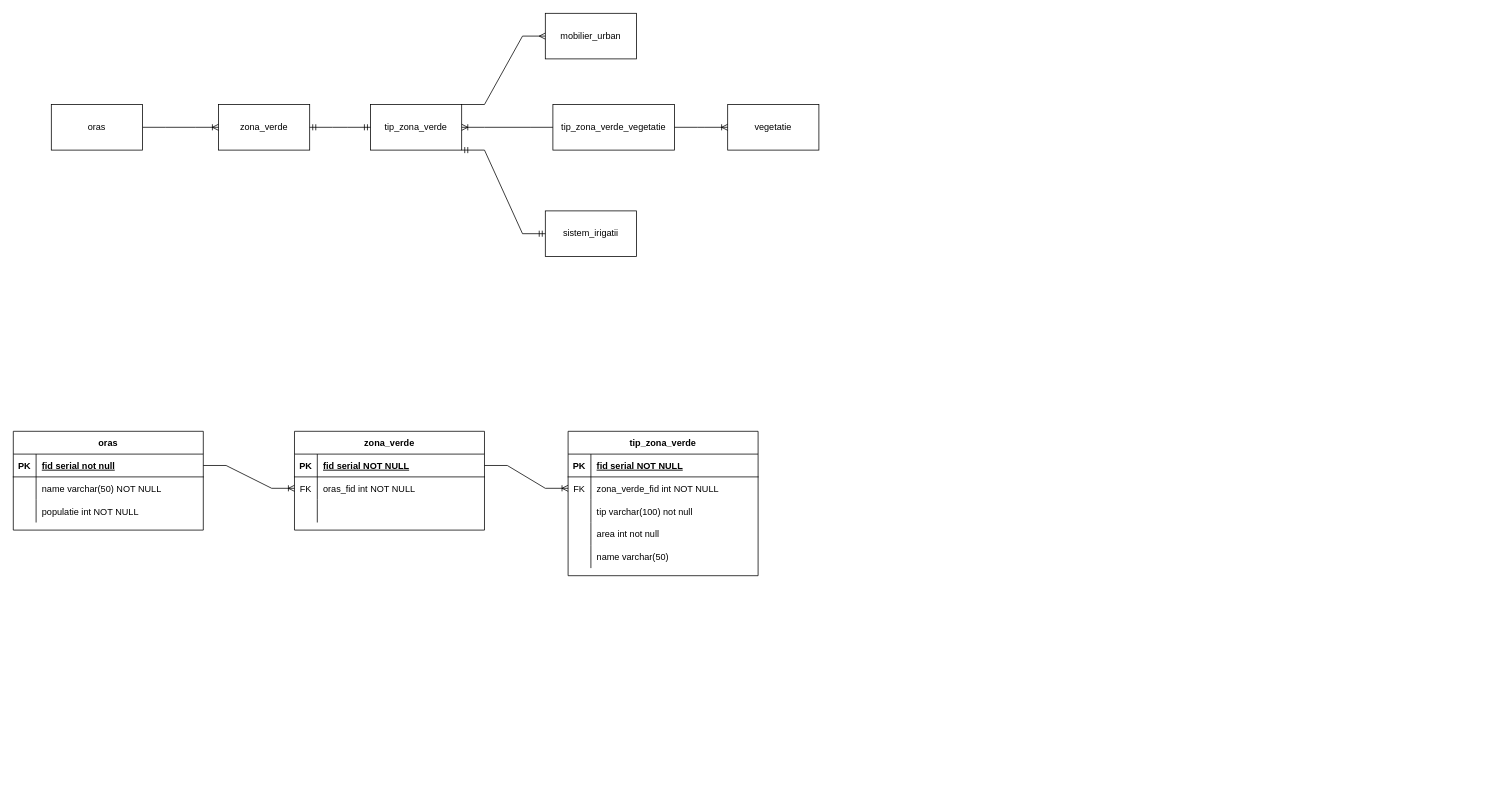
Before: GIS_Spatii_Verzi.drawio in vitorjurj/GIS_Spatii_Verzi, a draw.io diagram. Source tidied: cells renumbered, new cells numbered last; positions are measured from the earlier drawing's top-left corner, leaving out a move shared by most shapes. Both pictures are drawn from the tidied source at 76%, with x=0, y=0 at pixel (13, 13).
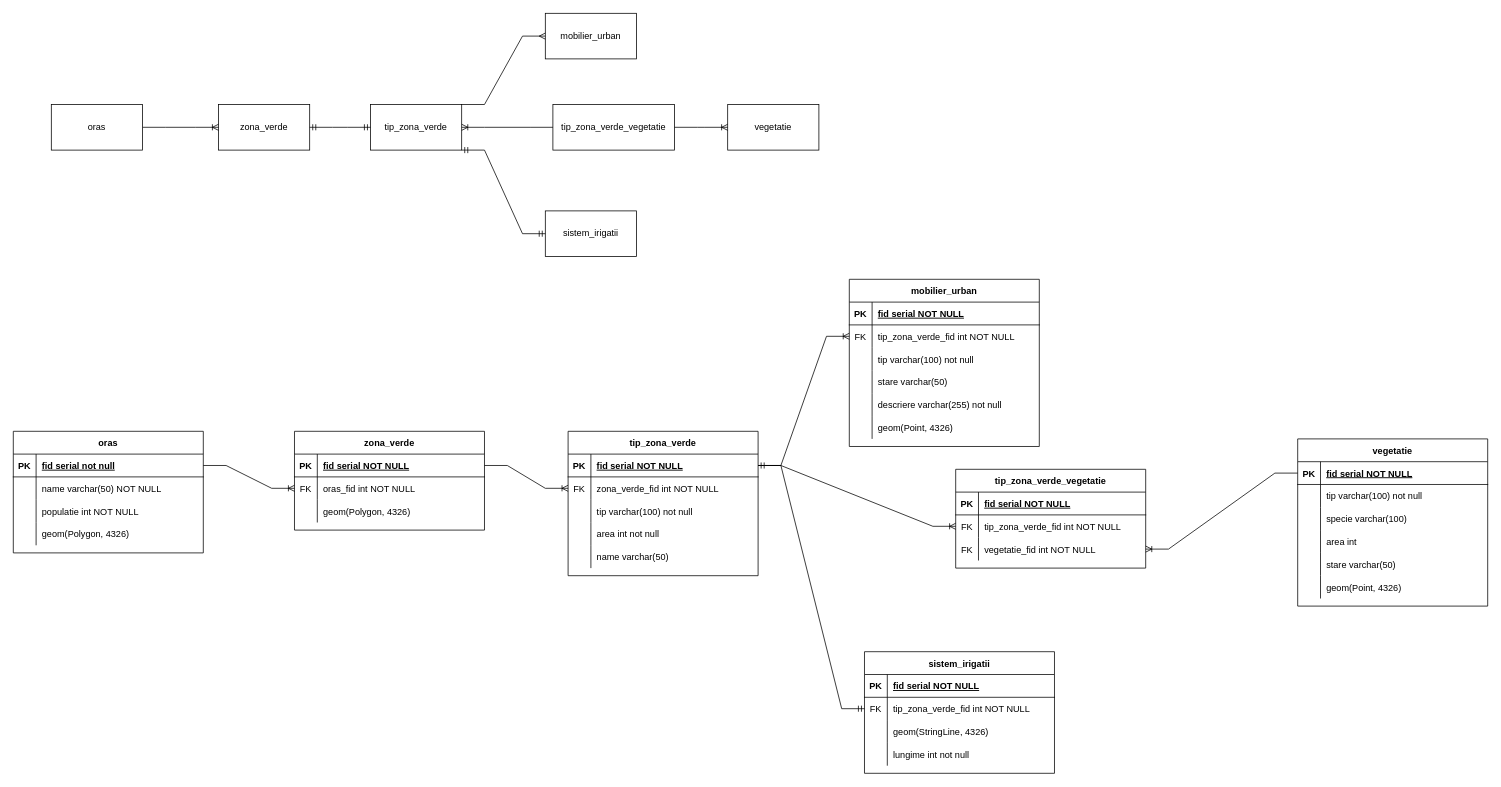
Above is the later version.

Unchanged cells that the change refers to:
```xml
<mxCell id="9" style="shape=partialRectangle;fillColor=none;top=0;left=0;right=0;bottom=0;" parent="2" vertex="1">
  <mxGeometry y="90" width="250" height="30" as="geometry" />
</mxCell>
<mxCell id="13" style="shape=partialRectangle;fillColor=none;points=[[0,0.5],[1,0.5]];portConstraint=eastwest;top=0;left=0;right=0;bottom=1;" parent="12" vertex="1">
  <mxGeometry y="30" width="250" height="30" as="geometry" />
</mxCell>
```

Diff of the diagram source:
```diff
@@
-    <mxCell id="11" style="shape=partialRectangle;overflow=hidden;fillColor=none;top=0;left=0;bottom=0;right=0;align=left;spacingLeft=6;" parent="9" vertex="1">
+    <mxCell id="11" value="geom(Polygon, 4326)" style="shape=partialRectangle;overflow=hidden;fillColor=none;top=0;left=0;bottom=0;right=0;align=left;spacingLeft=6;" parent="9" vertex="1">
       <mxGeometry x="30" width="220" height="30" as="geometry" />
     </mxCell>
@@
     <mxCell id="28" value="oras" style="shape=table;startSize=30;childLayout=tableLayout;rowLines=0;fontStyle=1;align=center;" parent="1" vertex="1">
-      <mxGeometry y="550" width="250" height="130" as="geometry" />
+      <mxGeometry y="550" width="250" height="160" as="geometry" />
     </mxCell>
@@
+    <mxCell id="53" style="shape=partialRectangle;fillColor=none;top=0;left=0;right=0;bottom=0;" parent="28" vertex="1">
+      <mxGeometry y="120" width="250" height="30" as="geometry" />
+    </mxCell>
+    <mxCell id="54" style="shape=partialRectangle;overflow=hidden;fillColor=none;top=0;left=0;bottom=0;right=0;" parent="53" vertex="1">
+      <mxGeometry width="30" height="30" as="geometry" />
+    </mxCell>
+    <mxCell id="55" value="geom(Polygon, 4326)" style="shape=partialRectangle;overflow=hidden;fillColor=none;top=0;left=0;bottom=0;right=0;align=left;spacingLeft=6;" parent="53" vertex="1">
+      <mxGeometry x="30" width="220" height="30" as="geometry" />
+    </mxCell>
@@
+    <mxCell id="56" value="mobilier_urban" style="shape=table;startSize=30;childLayout=tableLayout;rowLines=0;fontStyle=1;align=center;" parent="1" vertex="1">
+      <mxGeometry x="1100" y="350" width="250" height="220" as="geometry" />
+    </mxCell>
+    <mxCell id="57" style="shape=partialRectangle;fillColor=none;top=0;left=0;right=0;bottom=1;" parent="56" vertex="1">
+      <mxGeometry y="30" width="250" height="30" as="geometry" />
+    </mxCell>
+    <mxCell id="58" value="PK" style="shape=partialRectangle;overflow=hidden;fillColor=none;top=0;left=0;bottom=0;right=0;fontStyle=1;" parent="57" vertex="1">
+      <mxGeometry width="30" height="30" as="geometry" />
+    </mxCell>
+    <mxCell id="59" value="fid serial NOT NULL" style="shape=partialRectangle;overflow=hidden;fillColor=none;top=0;left=0;bottom=0;right=0;align=left;spacingLeft=6;fontStyle=5;" parent="57" vertex="1">
+      <mxGeometry x="30" width="220" height="30" as="geometry" />
+    </mxCell>
+    <mxCell id="60" style="shape=partialRectangle;fillColor=none;points=[[0,0.5],[1,0.5]];portConstraint=eastwest;top=0;left=0;right=0;bottom=0;" parent="56" vertex="1">
+      <mxGeometry y="60" width="250" height="30" as="geometry" />
+    </mxCell>
+    <mxCell id="61" value="FK" style="shape=partialRectangle;overflow=hidden;fillColor=none;top=0;left=0;bottom=0;right=0;" parent="60" vertex="1">
+      <mxGeometry width="30" height="30" as="geometry" />
+    </mxCell>
+    <mxCell id="62" value="tip_zona_verde_fid int NOT NULL" style="shape=partialRectangle;overflow=hidden;fillColor=none;top=0;left=0;bottom=0;right=0;align=left;spacingLeft=6;" parent="60" vertex="1">
+      <mxGeometry x="30" width="220" height="30" as="geometry" />
+    </mxCell>
+    <mxCell id="63" style="shape=partialRectangle;fillColor=none;top=0;left=0;right=0;bottom=0;" parent="56" vertex="1">
+      <mxGeometry y="90" width="250" height="30" as="geometry" />
+    </mxCell>
+    <mxCell id="64" style="shape=partialRectangle;overflow=hidden;fillColor=none;top=0;left=0;bottom=0;right=0;" parent="63" vertex="1">
+      <mxGeometry width="30" height="30" as="geometry" />
+    </mxCell>
+    <mxCell id="65" value="tip varchar(100) not null" style="shape=partialRectangle;overflow=hidden;fillColor=none;top=0;left=0;bottom=0;right=0;align=left;spacingLeft=6;" parent="63" vertex="1">
+      <mxGeometry x="30" width="220" height="30" as="geometry" />
+    </mxCell>
+    <mxCell id="66" style="shape=partialRectangle;fillColor=none;top=0;left=0;right=0;bottom=0;" parent="56" vertex="1">
+      <mxGeometry y="120" width="250" height="30" as="geometry" />
+    </mxCell>
+    <mxCell id="67" style="shape=partialRectangle;overflow=hidden;fillColor=none;top=0;left=0;bottom=0;right=0;" parent="66" vertex="1">
+      <mxGeometry width="30" height="30" as="geometry" />
+    </mxCell>
+    <mxCell id="68" value="stare varchar(50) " style="shape=partialRectangle;overflow=hidden;fillColor=none;top=0;left=0;bottom=0;right=0;align=left;spacingLeft=6;" parent="66" vertex="1">
+      <mxGeometry x="30" width="220" height="30" as="geometry" />
+    </mxCell>
+    <mxCell id="69" style="shape=partialRectangle;fillColor=none;top=0;left=0;right=0;bottom=0;" parent="56" vertex="1">
+      <mxGeometry y="150" width="250" height="30" as="geometry" />
+    </mxCell>
+    <mxCell id="70" style="shape=partialRectangle;overflow=hidden;fillColor=none;top=0;left=0;bottom=0;right=0;" parent="69" vertex="1">
+      <mxGeometry width="30" height="30" as="geometry" />
+    </mxCell>
+    <mxCell id="71" value="descriere varchar(255) not null" style="shape=partialRectangle;overflow=hidden;fillColor=none;top=0;left=0;bottom=0;right=0;align=left;spacingLeft=6;" parent="69" vertex="1">
+      <mxGeometry x="30" width="220" height="30" as="geometry" />
+    </mxCell>
+    <mxCell id="72" style="shape=partialRectangle;fillColor=none;top=0;left=0;right=0;bottom=0;" parent="56" vertex="1">
+      <mxGeometry y="180" width="250" height="30" as="geometry" />
+    </mxCell>
+    <mxCell id="73" style="shape=partialRectangle;overflow=hidden;fillColor=none;top=0;left=0;bottom=0;right=0;" parent="72" vertex="1">
+      <mxGeometry width="30" height="30" as="geometry" />
+    </mxCell>
+    <mxCell id="74" value="geom(Point, 4326)" style="shape=partialRectangle;overflow=hidden;fillColor=none;top=0;left=0;bottom=0;right=0;align=left;spacingLeft=6;" parent="72" vertex="1">
+      <mxGeometry x="30" width="220" height="30" as="geometry" />
+    </mxCell>
+    <mxCell id="75" style="edgeStyle=entityRelationEdgeStyle;fontSize=12;html=1;endArrow=ERoneToMany;rounded=0;entryX=0;entryY=0.5;entryDx=0;entryDy=0;exitX=1;exitY=0.5;exitDx=0;exitDy=0;" parent="1" edge="1" source="13" target="60">
+      <mxGeometry relative="1" as="geometry" />
+    </mxCell>
+    <mxCell id="76" value="sistem_irigatii" style="shape=table;startSize=30;childLayout=tableLayout;rowLines=0;fontStyle=1;align=center;" parent="1" vertex="1">
+      <mxGeometry x="1120" y="840" width="250" height="160" as="geometry" />
+    </mxCell>
+    <mxCell id="77" style="shape=partialRectangle;fillColor=none;top=0;left=0;right=0;bottom=1;" parent="76" vertex="1">
+      <mxGeometry y="30" width="250" height="30" as="geometry" />
+    </mxCell>
+    <mxCell id="78" value="PK" style="shape=partialRectangle;overflow=hidden;fillColor=none;top=0;left=0;bottom=0;right=0;fontStyle=1;" parent="77" vertex="1">
+      <mxGeometry width="30" height="30" as="geometry" />
+    </mxCell>
+    <mxCell id="79" value="fid serial NOT NULL " style="shape=partialRectangle;overflow=hidden;fillColor=none;top=0;left=0;bottom=0;right=0;align=left;spacingLeft=6;fontStyle=5;" parent="77" vertex="1">
+      <mxGeometry x="30" width="220" height="30" as="geometry" />
+    </mxCell>
+    <mxCell id="80" style="shape=partialRectangle;fillColor=none;points=[[0,0.5],[1,0.5]];portConstraint=eastwest;top=0;left=0;right=0;bottom=0;" parent="76" vertex="1">
+      <mxGeometry y="60" width="250" height="30" as="geometry" />
+    </mxCell>
+    <mxCell id="81" value="FK" style="shape=partialRectangle;overflow=hidden;fillColor=none;top=0;left=0;bottom=0;right=0;" parent="80" vertex="1">
+      <mxGeometry width="30" height="30" as="geometry" />
+    </mxCell>
+    <mxCell id="82" value="tip_zona_verde_fid int NOT NULL" style="shape=partialRectangle;overflow=hidden;fillColor=none;top=0;left=0;bottom=0;right=0;align=left;spacingLeft=6;" parent="80" vertex="1">
+      <mxGeometry x="30" width="220" height="30" as="geometry" />
+    </mxCell>
+    <mxCell id="83" style="shape=partialRectangle;fillColor=none;top=0;left=0;right=0;bottom=0;" parent="76" vertex="1">
+      <mxGeometry y="90" width="250" height="30" as="geometry" />
+    </mxCell>
+    <mxCell id="84" style="shape=partialRectangle;overflow=hidden;fillColor=none;top=0;left=0;bottom=0;right=0;" parent="83" vertex="1">
+      <mxGeometry width="30" height="30" as="geometry" />
+    </mxCell>
+    <mxCell id="85" value="geom(StringLine, 4326)" style="shape=partialRectangle;overflow=hidden;fillColor=none;top=0;left=0;bottom=0;right=0;align=left;spacingLeft=6;" parent="83" vertex="1">
+      <mxGeometry x="30" width="220" height="30" as="geometry" />
+    </mxCell>
+    <mxCell id="86" style="shape=partialRectangle;fillColor=none;top=0;left=0;right=0;bottom=0;" parent="76" vertex="1">
+      <mxGeometry y="120" width="250" height="30" as="geometry" />
+    </mxCell>
+    <mxCell id="87" style="shape=partialRectangle;overflow=hidden;fillColor=none;top=0;left=0;bottom=0;right=0;" parent="86" vertex="1">
+      <mxGeometry width="30" height="30" as="geometry" />
+    </mxCell>
+    <mxCell id="88" value="lungime int not null" style="shape=partialRectangle;overflow=hidden;fillColor=none;top=0;left=0;bottom=0;right=0;align=left;spacingLeft=6;" parent="86" vertex="1">
+      <mxGeometry x="30" width="220" height="30" as="geometry" />
+    </mxCell>
+    <mxCell id="89" style="edgeStyle=entityRelationEdgeStyle;fontSize=12;html=1;endArrow=ERmandOne;startArrow=ERmandOne;rounded=0;entryX=0;entryY=0.5;entryDx=0;entryDy=0;" parent="1" edge="1" source="13" target="80">
+      <mxGeometry relative="1" as="geometry" />
+    </mxCell>
+    <mxCell id="90" value="vegetatie" style="shape=table;startSize=30;childLayout=tableLayout;rowLines=0;fontStyle=1;align=center;" parent="1" vertex="1">
+      <mxGeometry x="1690" y="560" width="250" height="220" as="geometry" />
+    </mxCell>
+    <mxCell id="91" style="shape=partialRectangle;fillColor=none;points=[[0,0.5],[1,0.5]];portConstraint=eastwest;top=0;left=0;right=0;bottom=1;" parent="90" vertex="1">
+      <mxGeometry y="30" width="250" height="30" as="geometry" />
+    </mxCell>
+    <mxCell id="92" value="PK" style="shape=partialRectangle;overflow=hidden;fillColor=none;top=0;left=0;bottom=0;right=0;fontStyle=1;" parent="91" vertex="1">
+      <mxGeometry width="30" height="30" as="geometry" />
+    </mxCell>
+    <mxCell id="93" value="fid serial NOT NULL" style="shape=partialRectangle;overflow=hidden;fillColor=none;top=0;left=0;bottom=0;right=0;align=left;spacingLeft=6;fontStyle=5;" parent="91" vertex="1">
+      <mxGeometry x="30" width="220" height="30" as="geometry" />
+    </mxCell>
+    <mxCell id="94" style="shape=partialRectangle;fillColor=none;top=0;left=0;right=0;bottom=0;" parent="90" vertex="1">
+      <mxGeometry y="60" width="250" height="30" as="geometry" />
+    </mxCell>
+    <mxCell id="95" style="shape=partialRectangle;overflow=hidden;fillColor=none;top=0;left=0;bottom=0;right=0;" parent="94" vertex="1">
+      <mxGeometry width="30" height="30" as="geometry" />
+    </mxCell>
+    <mxCell id="96" value="tip varchar(100) not null" style="shape=partialRectangle;overflow=hidden;fillColor=none;top=0;left=0;bottom=0;right=0;align=left;spacingLeft=6;" parent="94" vertex="1">
+      <mxGeometry x="30" width="220" height="30" as="geometry" />
+    </mxCell>
+    <mxCell id="97" style="shape=partialRectangle;fillColor=none;top=0;left=0;right=0;bottom=0;" parent="90" vertex="1">
+      <mxGeometry y="90" width="250" height="30" as="geometry" />
+    </mxCell>
+    <mxCell id="98" style="shape=partialRectangle;overflow=hidden;fillColor=none;top=0;left=0;bottom=0;right=0;" parent="97" vertex="1">
+      <mxGeometry width="30" height="30" as="geometry" />
+    </mxCell>
+    <mxCell id="99" value="specie varchar(100)" style="shape=partialRectangle;overflow=hidden;fillColor=none;top=0;left=0;bottom=0;right=0;align=left;spacingLeft=6;" parent="97" vertex="1">
+      <mxGeometry x="30" width="220" height="30" as="geometry" />
+    </mxCell>
+    <mxCell id="100" style="shape=partialRectangle;fillColor=none;top=0;left=0;right=0;bottom=0;" parent="90" vertex="1">
+      <mxGeometry y="120" width="250" height="30" as="geometry" />
+    </mxCell>
+    <mxCell id="101" style="shape=partialRectangle;overflow=hidden;fillColor=none;top=0;left=0;bottom=0;right=0;" parent="100" vertex="1">
+      <mxGeometry width="30" height="30" as="geometry" />
+    </mxCell>
+    <mxCell id="102" value="area int " style="shape=partialRectangle;overflow=hidden;fillColor=none;top=0;left=0;bottom=0;right=0;align=left;spacingLeft=6;" parent="100" vertex="1">
+      <mxGeometry x="30" width="220" height="30" as="geometry" />
+    </mxCell>
+    <mxCell id="103" style="shape=partialRectangle;fillColor=none;top=0;left=0;right=0;bottom=0;" parent="90" vertex="1">
+      <mxGeometry y="150" width="250" height="30" as="geometry" />
+    </mxCell>
+    <mxCell id="104" style="shape=partialRectangle;overflow=hidden;fillColor=none;top=0;left=0;bottom=0;right=0;" parent="103" vertex="1">
+      <mxGeometry width="30" height="30" as="geometry" />
+    </mxCell>
+    <mxCell id="105" value="stare varchar(50) " style="shape=partialRectangle;overflow=hidden;fillColor=none;top=0;left=0;bottom=0;right=0;align=left;spacingLeft=6;" parent="103" vertex="1">
+      <mxGeometry x="30" width="220" height="30" as="geometry" />
+    </mxCell>
+    <mxCell id="106" style="shape=partialRectangle;fillColor=none;top=0;left=0;right=0;bottom=0;" parent="90" vertex="1">
+      <mxGeometry y="180" width="250" height="30" as="geometry" />
+    </mxCell>
+    <mxCell id="107" style="shape=partialRectangle;overflow=hidden;fillColor=none;top=0;left=0;bottom=0;right=0;" parent="106" vertex="1">
+      <mxGeometry width="30" height="30" as="geometry" />
+    </mxCell>
+    <mxCell id="108" value="geom(Point, 4326)" style="shape=partialRectangle;overflow=hidden;fillColor=none;top=0;left=0;bottom=0;right=0;align=left;spacingLeft=6;" parent="106" vertex="1">
+      <mxGeometry x="30" width="220" height="30" as="geometry" />
+    </mxCell>
+    <mxCell id="109" value="tip_zona_verde_vegetatie" style="shape=table;startSize=30;childLayout=tableLayout;rowLines=0;fontStyle=1;align=center;" parent="1" vertex="1">
+      <mxGeometry x="1240" y="600" width="250" height="130" as="geometry" />
+    </mxCell>
+    <mxCell id="110" style="shape=partialRectangle;fillColor=none;top=0;left=0;right=0;bottom=1;" parent="109" vertex="1">
+      <mxGeometry y="30" width="250" height="30" as="geometry" />
+    </mxCell>
+    <mxCell id="111" value="PK" style="shape=partialRectangle;overflow=hidden;fillColor=none;top=0;left=0;bottom=0;right=0;fontStyle=1;" parent="110" vertex="1">
+      <mxGeometry width="30" height="30" as="geometry" />
+    </mxCell>
+    <mxCell id="112" value="fid serial NOT NULL " style="shape=partialRectangle;overflow=hidden;fillColor=none;top=0;left=0;bottom=0;right=0;align=left;spacingLeft=6;fontStyle=5;" parent="110" vertex="1">
+      <mxGeometry x="30" width="220" height="30" as="geometry" />
+    </mxCell>
+    <mxCell id="113" style="shape=partialRectangle;fillColor=none;points=[[0,0.5],[1,0.5]];portConstraint=eastwest;top=0;left=0;right=0;bottom=0;" parent="109" vertex="1">
+      <mxGeometry y="60" width="250" height="30" as="geometry" />
+    </mxCell>
+    <mxCell id="114" value="FK" style="shape=partialRectangle;overflow=hidden;fillColor=none;top=0;left=0;bottom=0;right=0;" parent="113" vertex="1">
+      <mxGeometry width="30" height="30" as="geometry" />
+    </mxCell>
+    <mxCell id="115" value="tip_zona_verde_fid int NOT NULL" style="shape=partialRectangle;overflow=hidden;fillColor=none;top=0;left=0;bottom=0;right=0;align=left;spacingLeft=6;" parent="113" vertex="1">
+      <mxGeometry x="30" width="220" height="30" as="geometry" />
+    </mxCell>
+    <mxCell id="116" style="shape=partialRectangle;fillColor=none;points=[[0,0.5],[1,0.5]];portConstraint=eastwest;top=0;left=0;right=0;bottom=0;" parent="109" vertex="1">
+      <mxGeometry y="90" width="250" height="30" as="geometry" />
+    </mxCell>
+    <mxCell id="117" value="FK" style="shape=partialRectangle;overflow=hidden;fillColor=none;top=0;left=0;bottom=0;right=0;" parent="116" vertex="1">
+      <mxGeometry width="30" height="30" as="geometry" />
+    </mxCell>
+    <mxCell id="118" value="vegetatie_fid int NOT NULL" style="shape=partialRectangle;overflow=hidden;fillColor=none;top=0;left=0;bottom=0;right=0;align=left;spacingLeft=6;" parent="116" vertex="1">
+      <mxGeometry x="30" width="220" height="30" as="geometry" />
+    </mxCell>
+    <mxCell id="119" style="edgeStyle=entityRelationEdgeStyle;fontSize=12;html=1;endArrow=ERoneToMany;rounded=0;exitX=1;exitY=0.5;exitDx=0;exitDy=0;entryX=0;entryY=0.5;entryDx=0;entryDy=0;" parent="1" edge="1" source="13" target="113">
+      <mxGeometry relative="1" as="geometry" />
+    </mxCell>
+    <mxCell id="120" style="edgeStyle=entityRelationEdgeStyle;fontSize=12;html=1;endArrow=ERoneToMany;rounded=0;entryX=1;entryY=0.5;entryDx=0;entryDy=0;exitX=0;exitY=0.5;exitDx=0;exitDy=0;" parent="1" edge="1" source="91" target="116">
+      <mxGeometry relative="1" as="geometry" />
+    </mxCell>
```
